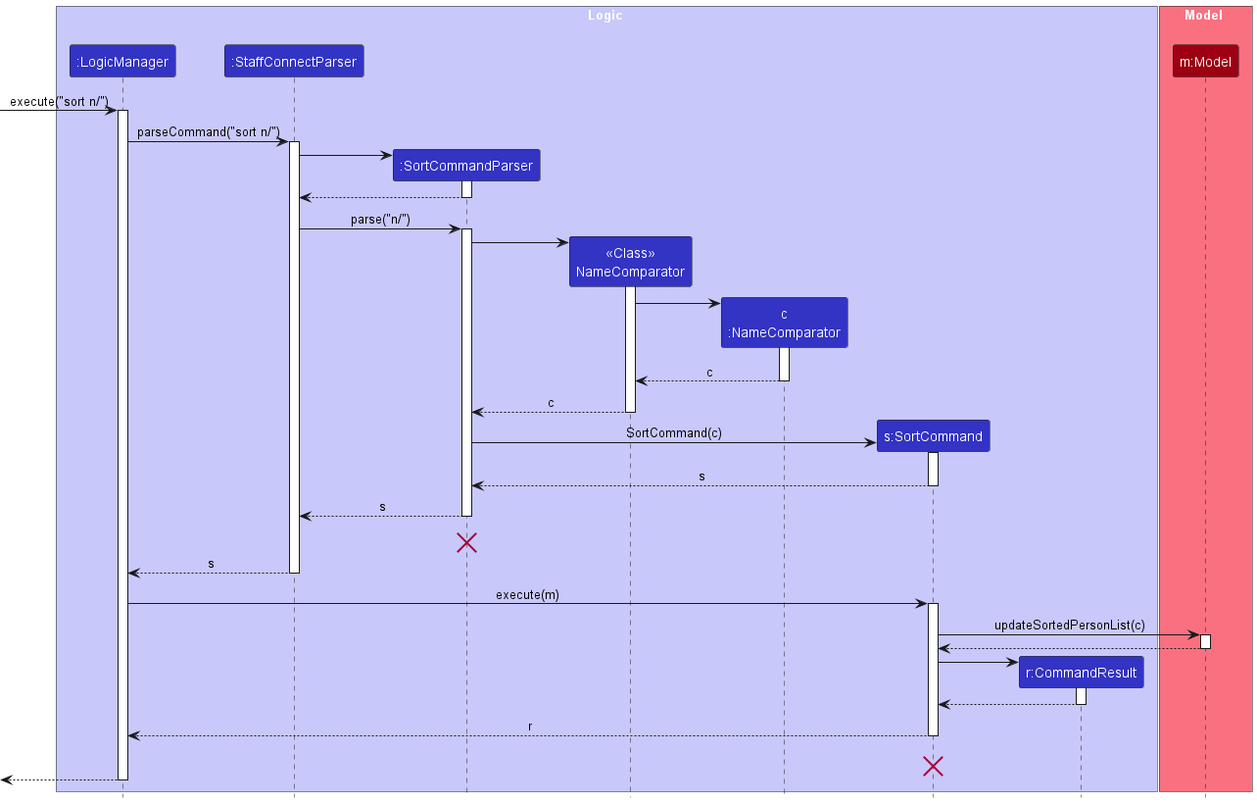
whitesnowx/tp keeps this PlantUML diagram as docs/images/SortSequenceDiagram.png. Above is the earlier version.
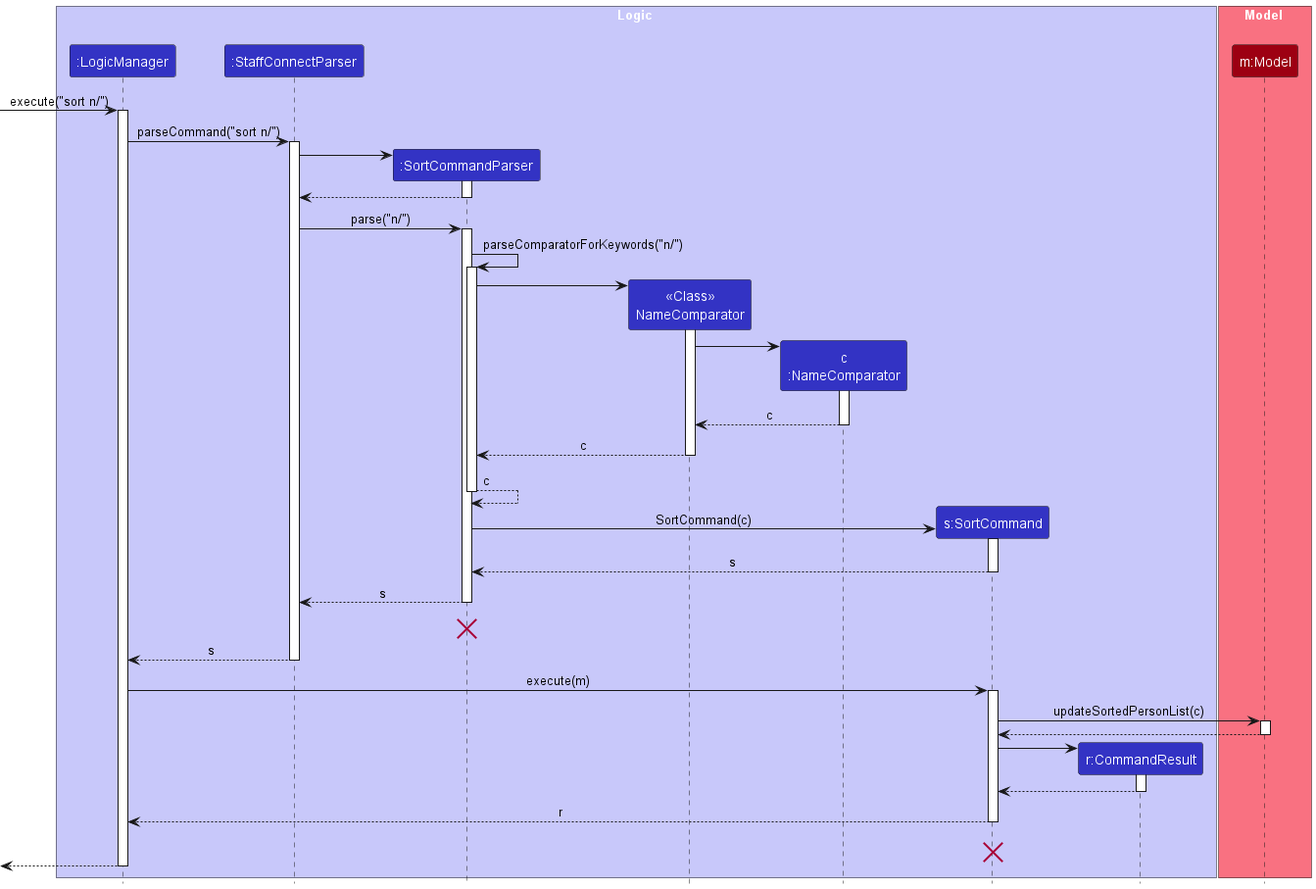
Above is the later version.

The edit, as a diff of the source:
```diff
@@ -32,6 +32,9 @@
 StaffConnectParser -> SortCommandParser : parse("n/")
 activate SortCommandParser
 
+SortCommandParser -> SortCommandParser : parseComparatorForKeywords("n/")
+activate SortCommandParser
+
 create NameComparator
 SortCommandParser -> NameComparator
 activate NameComparator
@@ -45,6 +48,8 @@
 
 NameComparator --> SortCommandParser : c
 deactivate NameComparator
+SortCommandParser --> SortCommandParser : c
+deactivate SortCommandParser
 
 create SortCommand
 SortCommandParser -> SortCommand : SortCommand(c)
@@ -84,7 +89,6 @@
 SortCommand -[hidden]-> LogicManager : result
 destroy SortCommand
 
-
 [<--LogicManager
 deactivate LogicManager
 @enduml
```
